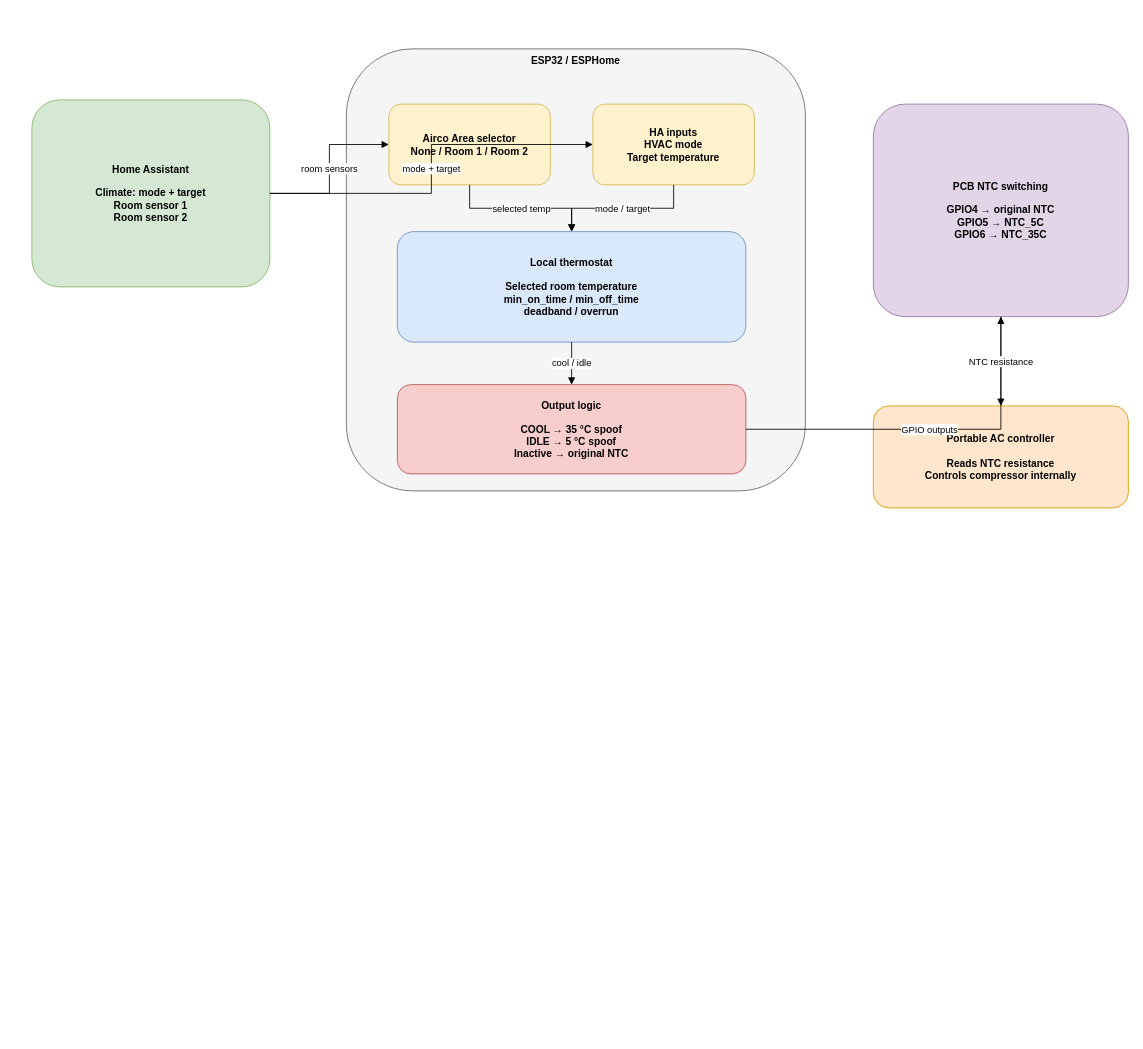
Above: page "Firmware Architecture" (1 of 3) of firmware/docs/firmware-diagrams.drawio in S1146468/ESP32-Airco-NTC-Spoofer (draw.io), before the change. Source tidied: cells renumbered, new cells numbered last; positions are measured from the earlier drawing's top-left corner, leaving out a move shared by most shapes. Both pictures are drawn from the tidied source at 85%, with x=0, y=0 at pixel (31, 48).
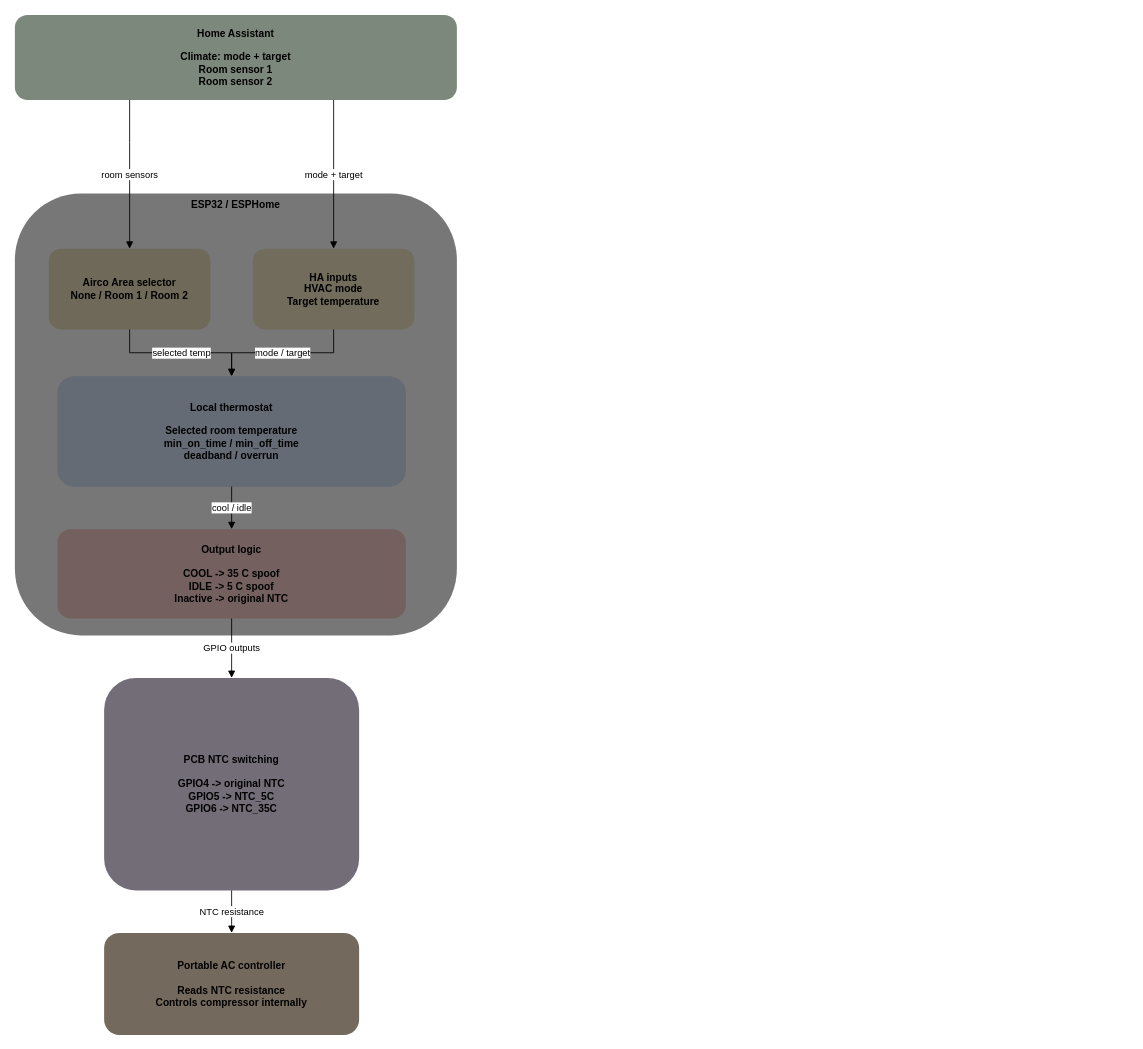
The same page after the edit.

Change to the diagram source:
```diff
@@
-    <mxCell id="2" value="Home Assistant&lt;br&gt;&lt;br&gt;Climate: mode + target&lt;br&gt;Room sensor 1&lt;br&gt;Room sensor 2" style="rounded=1;whiteSpace=wrap;html=1;fillColor=#d5e8d4;strokeColor=#82b366;fontStyle=1;" parent="1" vertex="1">
-      <mxGeometry y="60" width="280" height="220" as="geometry" />
+    <mxCell id="2" value="Home Assistant&lt;br&gt;&lt;br&gt;Climate: mode + target&lt;br&gt;Room sensor 1&lt;br&gt;Room sensor 2" style="rounded=1;whiteSpace=wrap;html=1;fillColor=#7D887C;strokeColor=none;fontStyle=1;" parent="1" vertex="1">
+      <mxGeometry x="-20" y="-40" width="520" height="100" as="geometry" />
     </mxCell>
-    <mxCell id="3" value="ESP32 / ESPHome" style="rounded=1;whiteSpace=wrap;html=1;fillColor=#f5f5f5;strokeColor=#666666;fontStyle=1;verticalAlign=top;" parent="1" vertex="1">
-      <mxGeometry x="370" width="540" height="520" as="geometry" />
+    <mxCell id="3" value="ESP32 / ESPHome" style="rounded=1;whiteSpace=wrap;html=1;fillColor=#777777;strokeColor=none;fontStyle=1;verticalAlign=top;" parent="1" vertex="1">
+      <mxGeometry x="-20" y="170" width="520" height="520" as="geometry" />
     </mxCell>
-    <mxCell id="4" value="Airco Area selector&lt;br&gt;None / Room 1 / Room 2" style="rounded=1;whiteSpace=wrap;html=1;fillColor=#fff2cc;strokeColor=#d6b656;fontStyle=1;" parent="1" vertex="1">
-      <mxGeometry x="420" y="65" width="190" height="95" as="geometry" />
+    <mxCell id="4" value="Airco Area selector&lt;br&gt;None / Room 1 / Room 2" style="rounded=1;whiteSpace=wrap;html=1;fillColor=#6F6959;strokeColor=none;fontStyle=1;" parent="1" vertex="1">
+      <mxGeometry x="20" y="235" width="190" height="95" as="geometry" />
     </mxCell>
-    <mxCell id="5" value="HA inputs&lt;br&gt;HVAC mode&lt;br&gt;Target temperature" style="rounded=1;whiteSpace=wrap;html=1;fillColor=#fff2cc;strokeColor=#d6b656;fontStyle=1;" parent="1" vertex="1">
-      <mxGeometry x="660" y="65" width="190" height="95" as="geometry" />
+    <mxCell id="5" value="HA inputs&lt;br&gt;HVAC mode&lt;br&gt;Target temperature" style="rounded=1;whiteSpace=wrap;html=1;fillColor=#716C5B;strokeColor=none;fontStyle=1;" parent="1" vertex="1">
+      <mxGeometry x="260" y="235" width="190" height="95" as="geometry" />
     </mxCell>
-    <mxCell id="6" value="Local thermostat&lt;br&gt;&lt;br&gt;Selected room temperature&lt;br&gt;min_on_time / min_off_time&lt;br&gt;deadband / overrun" style="rounded=1;whiteSpace=wrap;html=1;fillColor=#dae8fc;strokeColor=#6c8ebf;fontStyle=1;" parent="1" vertex="1">
-      <mxGeometry x="430" y="215" width="410" height="130" as="geometry" />
+    <mxCell id="6" value="Local thermostat&lt;br&gt;&lt;br&gt;Selected room temperature&lt;br&gt;min_on_time / min_off_time&lt;br&gt;deadband / overrun" style="rounded=1;whiteSpace=wrap;html=1;fillColor=#646B74;strokeColor=none;fontStyle=1;" parent="1" vertex="1">
+      <mxGeometry x="30" y="385" width="410" height="130" as="geometry" />
     </mxCell>
-    <mxCell id="7" value="Output logic&lt;br&gt;&lt;br&gt;COOL → 35 °C spoof&lt;br&gt;IDLE → 5 °C spoof&lt;br&gt;Inactive → original NTC" style="rounded=1;whiteSpace=wrap;html=1;fillColor=#f8cecc;strokeColor=#b85450;fontStyle=1;" parent="1" vertex="1">
-      <mxGeometry x="430" y="395" width="410" height="105" as="geometry" />
+    <mxCell id="7" value="Output logic&lt;br&gt;&lt;br&gt;COOL -&gt; 35 C spoof&lt;br&gt;IDLE -&gt; 5 C spoof&lt;br&gt;Inactive -&gt; original NTC" style="rounded=1;whiteSpace=wrap;html=1;fillColor=#74605F;strokeColor=none;fontStyle=1;" parent="1" vertex="1">
+      <mxGeometry x="30" y="565" width="410" height="105" as="geometry" />
     </mxCell>
-    <mxCell id="8" value="PCB NTC switching&lt;br&gt;&lt;br&gt;GPIO4 → original NTC&lt;br&gt;GPIO5 → NTC_5C&lt;br&gt;GPIO6 → NTC_35C" style="rounded=1;whiteSpace=wrap;html=1;fillColor=#e1d5e7;strokeColor=#9673a6;fontStyle=1;" parent="1" vertex="1">
-      <mxGeometry x="990" y="65" width="300" height="250" as="geometry" />
+    <mxCell id="8" value="PCB NTC switching&lt;br&gt;&lt;br&gt;GPIO4 -&gt; original NTC&lt;br&gt;GPIO5 -&gt; NTC_5C&lt;br&gt;GPIO6 -&gt; NTC_35C" style="rounded=1;whiteSpace=wrap;html=1;fillColor=#736D77;strokeColor=none;fontStyle=1;" parent="1" vertex="1">
+      <mxGeometry x="85" y="740" width="300" height="250" as="geometry" />
     </mxCell>
-    <mxCell id="9" value="Portable AC controller&lt;br&gt;&lt;br&gt;Reads NTC resistance&lt;br&gt;Controls compressor internally" style="rounded=1;whiteSpace=wrap;html=1;fillColor=#ffe6cc;strokeColor=#d79b00;fontStyle=1;" parent="1" vertex="1">
-      <mxGeometry x="990" y="420" width="300" height="120" as="geometry" />
+    <mxCell id="9" value="Portable AC controller&lt;br&gt;&lt;br&gt;Reads NTC resistance&lt;br&gt;Controls compressor internally" style="rounded=1;whiteSpace=wrap;html=1;fillColor=#74695D;strokeColor=none;fontStyle=1;" parent="1" vertex="1">
+      <mxGeometry x="85" y="1040" width="300" height="120" as="geometry" />
     </mxCell>
     <mxCell id="10" value="room sensors" style="edgeStyle=orthogonalEdgeStyle;rounded=0;jettySize=auto;html=1;endArrow=block;endFill=1;" parent="1" edge="1" source="2" target="4">
-      <mxGeometry relative="1" as="geometry" />
+      <mxGeometry relative="1" as="geometry">
+        <Array as="points">
+          <mxPoint x="115" y="110" />
+          <mxPoint x="115" y="110" />
+        </Array>
+      </mxGeometry>
     </mxCell>
     <mxCell id="11" value="mode + target" style="edgeStyle=orthogonalEdgeStyle;rounded=0;jettySize=auto;html=1;endArrow=block;endFill=1;" parent="1" edge="1" source="2" target="5">
-      <mxGeometry relative="1" as="geometry" />
+      <mxGeometry relative="1" as="geometry">
+        <Array as="points">
+          <mxPoint x="355" y="100" />
+          <mxPoint x="355" y="100" />
+        </Array>
+      </mxGeometry>
     </mxCell>
```
